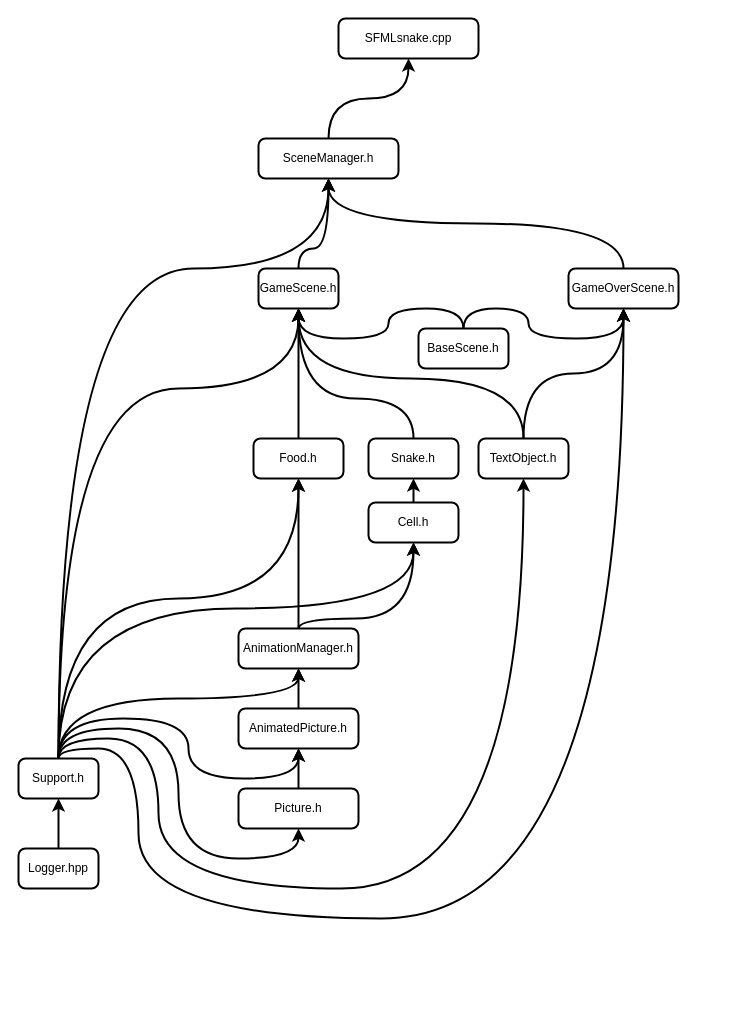
The draw.io diagram importScheme.drawio in AKTOETO/SFMLsnake, before the edit. Source tidied: cells renumbered, new cells numbered last; positions are measured from the earlier drawing's top-left corner, leaving out a move shared by most shapes. Both pictures are drawn from the tidied source at 100%, with x=0, y=0 at pixel (18, 18).
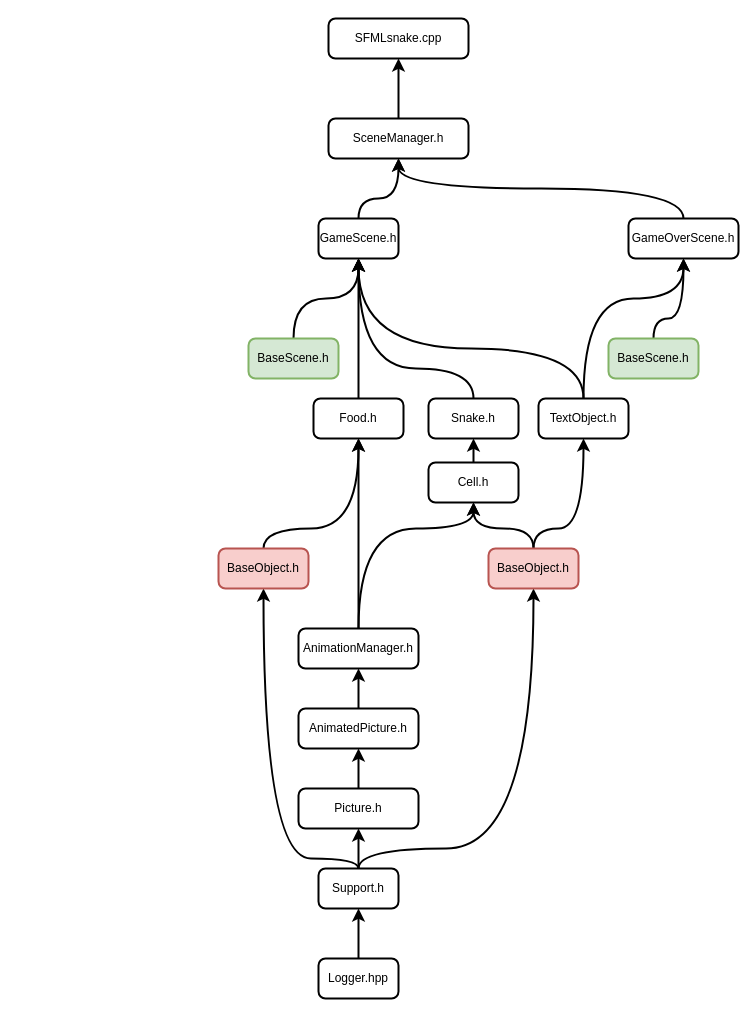
After the change.

The edit, as a diff of the source:
```diff
@@
     <mxCell id="2" value="SFMLsnake.cpp" style="rounded=1;whiteSpace=wrap;html=1;absoluteArcSize=1;arcSize=14;strokeWidth=2;" parent="1" vertex="1">
-      <mxGeometry x="320" width="140" height="40" as="geometry" />
+      <mxGeometry x="310" width="140" height="40" as="geometry" />
     </mxCell>
@@
     <mxCell id="4" value="SceneManager.h" style="rounded=1;whiteSpace=wrap;html=1;absoluteArcSize=1;arcSize=14;strokeWidth=2;" parent="1" vertex="1">
-      <mxGeometry x="240" y="120" width="140" height="40" as="geometry" />
+      <mxGeometry x="310" y="100" width="140" height="40" as="geometry" />
     </mxCell>
-    <mxCell id="5" style="edgeStyle=orthogonalEdgeStyle;curved=1;rounded=0;jettySize=auto;html=1;exitX=0.5;exitY=0;exitDx=0;exitDy=0;entryX=0.5;entryY=1;entryDx=0;entryDy=0;shadow=0;endArrow=classic;endFill=1;startSize=7;endSize=7;targetPerimeterSpacing=0;strokeWidth=2;elbow=vertical;" parent="1" edge="1" source="14" target="32">
-      <mxGeometry relative="1" as="geometry">
-        <Array as="points">
-          <mxPoint x="40" y="590" />
-          <mxPoint x="395" y="590" />
-        </Array>
-      </mxGeometry>
-    </mxCell>
-    <mxCell id="6" style="edgeStyle=orthogonalEdgeStyle;curved=1;rounded=0;jettySize=auto;html=1;exitX=0.5;exitY=0;exitDx=0;exitDy=0;entryX=0.5;entryY=1;entryDx=0;entryDy=0;shadow=0;endArrow=classic;endFill=1;startSize=7;endSize=7;targetPerimeterSpacing=0;strokeWidth=2;elbow=vertical;" parent="1" edge="1" source="14" target="18">
-      <mxGeometry relative="1" as="geometry">
-        <Array as="points">
-          <mxPoint x="40" y="370" />
-          <mxPoint x="280" y="370" />
-        </Array>
-      </mxGeometry>
-    </mxCell>
-    <mxCell id="7" style="edgeStyle=orthogonalEdgeStyle;curved=1;rounded=0;jettySize=auto;html=1;exitX=0.5;exitY=0;exitDx=0;exitDy=0;entryX=0.5;entryY=1;entryDx=0;entryDy=0;shadow=0;endArrow=classic;endFill=1;startSize=7;endSize=7;targetPerimeterSpacing=0;strokeWidth=2;elbow=vertical;" parent="1" edge="1" source="14" target="27">
-      <mxGeometry relative="1" as="geometry">
-        <Array as="points">
-          <mxPoint x="40" y="580" />
-          <mxPoint x="280" y="580" />
-        </Array>
-      </mxGeometry>
-    </mxCell>
-    <mxCell id="8" style="edgeStyle=orthogonalEdgeStyle;curved=1;rounded=0;jettySize=auto;html=1;exitX=0.5;exitY=0;exitDx=0;exitDy=0;entryX=0.5;entryY=1;entryDx=0;entryDy=0;shadow=0;endArrow=classic;endFill=1;startSize=7;endSize=7;targetPerimeterSpacing=0;strokeWidth=2;elbow=vertical;" parent="1" edge="1" source="14" target="35">
-      <mxGeometry relative="1" as="geometry">
-        <Array as="points">
-          <mxPoint x="40" y="680" />
-          <mxPoint x="280" y="680" />
-        </Array>
-      </mxGeometry>
-    </mxCell>
-    <mxCell id="9" style="edgeStyle=orthogonalEdgeStyle;curved=1;rounded=0;jettySize=auto;html=1;exitX=0.5;exitY=0;exitDx=0;exitDy=0;entryX=0.5;entryY=1;entryDx=0;entryDy=0;shadow=0;endArrow=classic;endFill=1;startSize=7;endSize=7;targetPerimeterSpacing=0;strokeWidth=2;elbow=vertical;" parent="1" edge="1" source="14" target="4">
-      <mxGeometry relative="1" as="geometry">
-        <Array as="points">
-          <mxPoint x="40" y="250" />
-          <mxPoint x="310" y="250" />
-        </Array>
-      </mxGeometry>
-    </mxCell>
-    <mxCell id="10" style="edgeStyle=orthogonalEdgeStyle;curved=1;rounded=0;jettySize=auto;html=1;exitX=0.5;exitY=0;exitDx=0;exitDy=0;entryX=0.5;entryY=1;entryDx=0;entryDy=0;shadow=0;endArrow=classic;endFill=1;startSize=7;endSize=7;targetPerimeterSpacing=0;strokeWidth=2;elbow=vertical;" parent="1" edge="1" source="14" target="37">
-      <mxGeometry relative="1" as="geometry">
-        <Array as="points">
-          <mxPoint x="40" y="700" />
-          <mxPoint x="170" y="700" />
-          <mxPoint x="170" y="760" />
-          <mxPoint x="280" y="760" />
-        </Array>
-      </mxGeometry>
-    </mxCell>
-    <mxCell id="11" style="edgeStyle=orthogonalEdgeStyle;curved=1;rounded=0;jettySize=auto;html=1;exitX=0.5;exitY=0;exitDx=0;exitDy=0;entryX=0.5;entryY=1;entryDx=0;entryDy=0;shadow=0;endArrow=classic;endFill=1;startSize=7;endSize=7;targetPerimeterSpacing=0;strokeWidth=2;elbow=vertical;" parent="1" edge="1" source="14" target="39">
-      <mxGeometry relative="1" as="geometry">
-        <Array as="points">
-          <mxPoint x="40" y="710" />
-          <mxPoint x="160" y="710" />
-          <mxPoint x="160" y="840" />
-          <mxPoint x="280" y="840" />
-        </Array>
-      </mxGeometry>
+    <mxCell id="11" style="edgeStyle=orthogonalEdgeStyle;curved=1;rounded=0;jettySize=auto;html=1;exitX=0.5;exitY=0;exitDx=0;exitDy=0;entryX=0.5;entryY=1;entryDx=0;entryDy=0;startSize=7;endSize=7;strokeWidth=2;" parent="1" edge="1" source="14" target="39">
+      <mxGeometry relative="1" as="geometry" />
     </mxCell>
-    <mxCell id="12" style="edgeStyle=orthogonalEdgeStyle;curved=1;rounded=0;jettySize=auto;html=1;exitX=0.5;exitY=0;exitDx=0;exitDy=0;entryX=0.5;entryY=1;entryDx=0;entryDy=0;shadow=0;endArrow=classic;endFill=1;startSize=7;endSize=7;targetPerimeterSpacing=0;strokeWidth=2;elbow=vertical;" parent="1" edge="1" source="14" target="30">
-      <mxGeometry relative="1" as="geometry">
-        <Array as="points">
-          <mxPoint x="40" y="720" />
-          <mxPoint x="140" y="720" />
-          <mxPoint x="140" y="870" />
-          <mxPoint x="505" y="870" />
-        </Array>
-      </mxGeometry>
-    </mxCell>
-    <mxCell id="13" style="edgeStyle=orthogonalEdgeStyle;curved=1;rounded=0;jettySize=auto;html=1;exitX=0.5;exitY=0;exitDx=0;exitDy=0;entryX=0.5;entryY=1;entryDx=0;entryDy=0;shadow=0;endArrow=classic;endFill=1;startSize=7;endSize=7;targetPerimeterSpacing=0;strokeWidth=2;elbow=vertical;" parent="1" edge="1" source="14" target="20">
-      <mxGeometry relative="1" as="geometry">
-        <Array as="points">
-          <mxPoint x="40" y="730" />
-          <mxPoint x="120" y="730" />
-          <mxPoint x="120" y="900" />
-          <mxPoint x="605" y="900" />
-        </Array>
-      </mxGeometry>
-    </mxCell>
+    <mxCell id="40" style="edgeStyle=orthogonalEdgeStyle;curved=1;rounded=0;jettySize=auto;html=1;exitX=0.5;exitY=0;exitDx=0;exitDy=0;entryX=0.5;entryY=1;entryDx=0;entryDy=0;startSize=7;endSize=7;strokeWidth=2;" parent="1" edge="1" source="14" target="43">
+      <mxGeometry relative="1" as="geometry">
+        <Array as="points">
+          <mxPoint x="340" y="840" />
+          <mxPoint x="245" y="840" />
+        </Array>
+      </mxGeometry>
+    </mxCell>
+    <mxCell id="41" style="edgeStyle=orthogonalEdgeStyle;curved=1;rounded=0;jettySize=auto;html=1;exitX=0.5;exitY=0;exitDx=0;exitDy=0;entryX=0.5;entryY=1;entryDx=0;entryDy=0;startSize=7;endSize=7;strokeWidth=2;" parent="1" edge="1" source="14" target="46">
+      <mxGeometry relative="1" as="geometry">
+        <Array as="points">
+          <mxPoint x="340" y="830" />
+          <mxPoint x="515" y="830" />
+        </Array>
+      </mxGeometry>
+    </mxCell>
     <mxCell id="14" value="Support.h" style="rounded=1;whiteSpace=wrap;html=1;absoluteArcSize=1;arcSize=14;strokeWidth=2;" parent="1" vertex="1">
-      <mxGeometry y="740" width="80" height="40" as="geometry" />
+      <mxGeometry x="300" y="850" width="80" height="40" as="geometry" />
     </mxCell>
@@
     <mxCell id="16" value="Logger.hpp" style="rounded=1;whiteSpace=wrap;html=1;absoluteArcSize=1;arcSize=14;strokeWidth=2;" parent="1" vertex="1">
-      <mxGeometry y="830" width="80" height="40" as="geometry" />
+      <mxGeometry x="300" y="940" width="80" height="40" as="geometry" />
     </mxCell>
     <mxCell id="17" style="edgeStyle=orthogonalEdgeStyle;curved=1;rounded=0;jettySize=auto;html=1;exitX=0.5;exitY=0;exitDx=0;exitDy=0;entryX=0.5;entryY=1;entryDx=0;entryDy=0;shadow=0;endArrow=classic;endFill=1;startSize=7;endSize=7;targetPerimeterSpacing=0;strokeWidth=2;elbow=vertical;" parent="1" edge="1" source="18" target="4">
       <mxGeometry relative="1" as="geometry">
         <Array as="points">
-          <mxPoint x="280" y="230" />
-          <mxPoint x="310" y="230" />
+          <mxPoint x="340" y="180" />
+          <mxPoint x="380" y="180" />
         </Array>
       </mxGeometry>
     </mxCell>
     <mxCell id="18" value="GameScene.h" style="rounded=1;whiteSpace=wrap;html=1;absoluteArcSize=1;arcSize=14;strokeWidth=2;" parent="1" vertex="1">
-      <mxGeometry x="240" y="250" width="80" height="40" as="geometry" />
+      <mxGeometry x="300" y="200" width="80" height="40" as="geometry" />
     </mxCell>
@@
     <mxCell id="20" value="GameOverScene.h" style="rounded=1;whiteSpace=wrap;html=1;absoluteArcSize=1;arcSize=14;strokeWidth=2;" parent="1" vertex="1">
-      <mxGeometry x="550" y="250" width="110" height="40" as="geometry" />
+      <mxGeometry x="610" y="200" width="110" height="40" as="geometry" />
     </mxCell>
-    <mxCell id="21" style="edgeStyle=orthogonalEdgeStyle;curved=1;rounded=0;jettySize=auto;html=1;exitX=0.5;exitY=0;exitDx=0;exitDy=0;entryX=0.5;entryY=1;entryDx=0;entryDy=0;shadow=0;endArrow=classic;endFill=1;startSize=7;endSize=7;targetPerimeterSpacing=0;strokeWidth=2;elbow=vertical;" parent="1" edge="1" source="23" target="18">
-      <mxGeometry relative="1" as="geometry">
-        <Array as="points">
-          <mxPoint x="445" y="290" />
-          <mxPoint x="370" y="290" />
-          <mxPoint x="370" y="320" />
-          <mxPoint x="280" y="320" />
-        </Array>
-      </mxGeometry>
+    <mxCell id="21" style="edgeStyle=orthogonalEdgeStyle;curved=1;rounded=0;jettySize=auto;html=1;exitX=0.5;exitY=0;exitDx=0;exitDy=0;entryX=0.5;entryY=1;entryDx=0;entryDy=0;startSize=7;endSize=7;strokeWidth=2;" parent="1" edge="1" source="23" target="18">
+      <mxGeometry relative="1" as="geometry" />
     </mxCell>
-    <mxCell id="22" style="edgeStyle=orthogonalEdgeStyle;curved=1;rounded=0;jettySize=auto;html=1;exitX=0.5;exitY=0;exitDx=0;exitDy=0;entryX=0.5;entryY=1;entryDx=0;entryDy=0;shadow=0;endArrow=classic;endFill=1;startSize=7;endSize=7;targetPerimeterSpacing=0;strokeWidth=2;elbow=vertical;" parent="1" edge="1" source="23" target="20">
-      <mxGeometry relative="1" as="geometry">
-        <Array as="points">
-          <mxPoint x="445" y="290" />
-          <mxPoint x="510" y="290" />
-          <mxPoint x="510" y="320" />
-          <mxPoint x="605" y="320" />
-        </Array>
-      </mxGeometry>
-    </mxCell>
-    <mxCell id="23" value="BaseScene.h" style="rounded=1;whiteSpace=wrap;html=1;absoluteArcSize=1;arcSize=14;strokeWidth=2;" parent="1" vertex="1">
-      <mxGeometry x="400" y="310" width="90" height="40" as="geometry" />
+    <mxCell id="23" value="BaseScene.h" style="rounded=1;whiteSpace=wrap;html=1;absoluteArcSize=1;arcSize=14;strokeWidth=2;fillColor=#d5e8d4;strokeColor=#82b366;" parent="1" vertex="1">
+      <mxGeometry x="230" y="320" width="90" height="40" as="geometry" />
     </mxCell>
     <mxCell id="24" style="edgeStyle=orthogonalEdgeStyle;curved=1;rounded=0;jettySize=auto;html=1;exitX=0.5;exitY=0;exitDx=0;exitDy=0;entryX=0.5;entryY=1;entryDx=0;entryDy=0;shadow=0;endArrow=classic;endFill=1;startSize=7;endSize=7;targetPerimeterSpacing=0;strokeWidth=2;elbow=vertical;" parent="1" edge="1" source="25" target="18">
       <mxGeometry relative="1" as="geometry">
         <Array as="points">
-          <mxPoint x="395" y="380" />
-          <mxPoint x="280" y="380" />
+          <mxPoint x="455" y="350" />
+          <mxPoint x="340" y="350" />
         </Array>
       </mxGeometry>
     </mxCell>
     <mxCell id="25" value="Snake.h" style="rounded=1;whiteSpace=wrap;html=1;absoluteArcSize=1;arcSize=14;strokeWidth=2;" parent="1" vertex="1">
-      <mxGeometry x="350" y="420" width="90" height="40" as="geometry" />
+      <mxGeometry x="410" y="380" width="90" height="40" as="geometry" />
     </mxCell>
     <mxCell id="26" style="edgeStyle=orthogonalEdgeStyle;curved=1;rounded=0;jettySize=auto;html=1;exitX=0.5;exitY=0;exitDx=0;exitDy=0;entryX=0.5;entryY=1;entryDx=0;entryDy=0;shadow=0;endArrow=classic;endFill=1;startSize=7;endSize=7;targetPerimeterSpacing=0;strokeWidth=2;elbow=vertical;" parent="1" edge="1" source="27" target="18">
       <mxGeometry relative="1" as="geometry">
         <Array as="points">
-          <mxPoint x="280" y="480" />
-          <mxPoint x="280" y="480" />
+          <mxPoint x="340" y="480" />
+          <mxPoint x="340" y="480" />
         </Array>
       </mxGeometry>
     </mxCell>
     <mxCell id="27" value="Food.h" style="rounded=1;whiteSpace=wrap;html=1;absoluteArcSize=1;arcSize=14;strokeWidth=2;" parent="1" vertex="1">
-      <mxGeometry x="235" y="420" width="90" height="40" as="geometry" />
+      <mxGeometry x="295" y="380" width="90" height="40" as="geometry" />
     </mxCell>
     <mxCell id="28" style="edgeStyle=orthogonalEdgeStyle;curved=1;rounded=0;jettySize=auto;html=1;exitX=0.5;exitY=0;exitDx=0;exitDy=0;entryX=0.5;entryY=1;entryDx=0;entryDy=0;shadow=0;endArrow=classic;endFill=1;startSize=7;endSize=7;targetPerimeterSpacing=0;strokeWidth=2;elbow=vertical;" parent="1" edge="1" source="30" target="18">
       <mxGeometry relative="1" as="geometry">
         <Array as="points">
-          <mxPoint x="505" y="360" />
-          <mxPoint x="280" y="360" />
+          <mxPoint x="565" y="330" />
+          <mxPoint x="340" y="330" />
         </Array>
       </mxGeometry>
     </mxCell>
     <mxCell id="29" style="edgeStyle=orthogonalEdgeStyle;curved=1;rounded=0;jettySize=auto;html=1;exitX=0.5;exitY=0;exitDx=0;exitDy=0;entryX=0.5;entryY=1;entryDx=0;entryDy=0;shadow=0;endArrow=classic;endFill=1;startSize=7;endSize=7;targetPerimeterSpacing=0;strokeWidth=2;elbow=vertical;" parent="1" edge="1" source="30" target="20">
-      <mxGeometry relative="1" as="geometry" />
+      <mxGeometry relative="1" as="geometry">
+        <Array as="points">
+          <mxPoint x="565" y="280" />
+          <mxPoint x="665" y="280" />
+        </Array>
+      </mxGeometry>
     </mxCell>
     <mxCell id="30" value="TextObject.h" style="rounded=1;whiteSpace=wrap;html=1;absoluteArcSize=1;arcSize=14;strokeWidth=2;" parent="1" vertex="1">
-      <mxGeometry x="460" y="420" width="90" height="40" as="geometry" />
+      <mxGeometry x="520" y="380" width="90" height="40" as="geometry" />
     </mxCell>
@@
     <mxCell id="32" value="Cell.h" style="rounded=1;whiteSpace=wrap;html=1;absoluteArcSize=1;arcSize=14;strokeWidth=2;" parent="1" vertex="1">
-      <mxGeometry x="350" y="484" width="90" height="40" as="geometry" />
+      <mxGeometry x="410" y="444" width="90" height="40" as="geometry" />
     </mxCell>
     <mxCell id="33" style="edgeStyle=orthogonalEdgeStyle;curved=1;rounded=0;jettySize=auto;html=1;exitX=0.5;exitY=0;exitDx=0;exitDy=0;entryX=0.5;entryY=1;entryDx=0;entryDy=0;shadow=0;endArrow=classic;endFill=1;startSize=7;endSize=7;targetPerimeterSpacing=0;strokeWidth=2;elbow=vertical;" parent="1" edge="1" source="35" target="32">
       <mxGeometry relative="1" as="geometry">
         <Array as="points">
-          <mxPoint x="280" y="600" />
-          <mxPoint x="395" y="600" />
+          <mxPoint x="340" y="510" />
+          <mxPoint x="455" y="510" />
         </Array>
       </mxGeometry>
     </mxCell>
     <mxCell id="34" style="edgeStyle=orthogonalEdgeStyle;rounded=0;jettySize=auto;html=1;exitX=0.5;exitY=0;exitDx=0;exitDy=0;entryX=0.5;entryY=1;entryDx=0;entryDy=0;curved=1;strokeWidth=2;endSize=7;startSize=7;" parent="1" edge="1" source="35" target="27">
       <mxGeometry relative="1" as="geometry">
         <Array as="points">
-          <mxPoint x="280" y="610" />
+          <mxPoint x="340" y="610" />
         </Array>
       </mxGeometry>
     </mxCell>
     <mxCell id="35" value="AnimationManager.h" style="rounded=1;whiteSpace=wrap;html=1;absoluteArcSize=1;arcSize=14;strokeWidth=2;" parent="1" vertex="1">
-      <mxGeometry x="220" y="610" width="120" height="40" as="geometry" />
+      <mxGeometry x="280" y="610" width="120" height="40" as="geometry" />
     </mxCell>
@@
     <mxCell id="37" value="AnimatedPicture.h" style="rounded=1;whiteSpace=wrap;html=1;absoluteArcSize=1;arcSize=14;strokeWidth=2;" parent="1" vertex="1">
-      <mxGeometry x="220" y="690" width="120" height="40" as="geometry" />
+      <mxGeometry x="280" y="690" width="120" height="40" as="geometry" />
     </mxCell>
@@
     <mxCell id="39" value="Picture.h" style="rounded=1;whiteSpace=wrap;html=1;absoluteArcSize=1;arcSize=14;strokeWidth=2;" parent="1" vertex="1">
-      <mxGeometry x="220" y="770" width="120" height="40" as="geometry" />
+      <mxGeometry x="280" y="770" width="120" height="40" as="geometry" />
     </mxCell>
+    <mxCell id="42" style="edgeStyle=orthogonalEdgeStyle;curved=1;rounded=0;jettySize=auto;html=1;exitX=0.5;exitY=0;exitDx=0;exitDy=0;entryX=0.5;entryY=1;entryDx=0;entryDy=0;startSize=7;endSize=7;strokeWidth=2;" parent="1" edge="1" source="43" target="27">
+      <mxGeometry relative="1" as="geometry">
+        <Array as="points">
+          <mxPoint x="245" y="510" />
+          <mxPoint x="340" y="510" />
+        </Array>
+      </mxGeometry>
+    </mxCell>
+    <mxCell id="43" value="BaseObject.h" style="rounded=1;whiteSpace=wrap;html=1;absoluteArcSize=1;arcSize=14;strokeWidth=2;fillColor=#f8cecc;strokeColor=#b85450;" parent="1" vertex="1">
+      <mxGeometry x="200" y="530" width="90" height="40" as="geometry" />
+    </mxCell>
+    <mxCell id="44" style="edgeStyle=orthogonalEdgeStyle;curved=1;rounded=0;jettySize=auto;html=1;exitX=0.5;exitY=0;exitDx=0;exitDy=0;entryX=0.5;entryY=1;entryDx=0;entryDy=0;startSize=7;endSize=7;strokeWidth=2;" parent="1" edge="1" source="46" target="32">
+      <mxGeometry relative="1" as="geometry">
+        <Array as="points">
+          <mxPoint x="515" y="510" />
+          <mxPoint x="455" y="510" />
+        </Array>
+      </mxGeometry>
+    </mxCell>
+    <mxCell id="45" style="edgeStyle=orthogonalEdgeStyle;curved=1;rounded=0;jettySize=auto;html=1;exitX=0.5;exitY=0;exitDx=0;exitDy=0;entryX=0.5;entryY=1;entryDx=0;entryDy=0;startSize=7;endSize=7;strokeWidth=2;" parent="1" edge="1" source="46" target="30">
+      <mxGeometry relative="1" as="geometry">
+        <Array as="points">
+          <mxPoint x="515" y="510" />
+          <mxPoint x="565" y="510" />
+        </Array>
+      </mxGeometry>
+    </mxCell>
+    <mxCell id="46" value="BaseObject.h" style="rounded=1;whiteSpace=wrap;html=1;absoluteArcSize=1;arcSize=14;strokeWidth=2;fillColor=#f8cecc;strokeColor=#b85450;" parent="1" vertex="1">
+      <mxGeometry x="470" y="530" width="90" height="40" as="geometry" />
+    </mxCell>
+    <mxCell id="47" style="edgeStyle=orthogonalEdgeStyle;curved=1;rounded=0;jettySize=auto;html=1;exitX=0.5;exitY=0;exitDx=0;exitDy=0;entryX=0.5;entryY=1;entryDx=0;entryDy=0;startSize=7;endSize=7;strokeWidth=2;" parent="1" edge="1" source="48" target="20">
+      <mxGeometry relative="1" as="geometry">
+        <Array as="points">
+          <mxPoint x="635" y="300" />
+          <mxPoint x="665" y="300" />
+        </Array>
+      </mxGeometry>
+    </mxCell>
+    <mxCell id="48" value="BaseScene.h" style="rounded=1;whiteSpace=wrap;html=1;absoluteArcSize=1;arcSize=14;strokeWidth=2;fillColor=#d5e8d4;strokeColor=#82b366;" parent="1" vertex="1">
+      <mxGeometry x="590" y="320" width="90" height="40" as="geometry" />
+    </mxCell>
```
